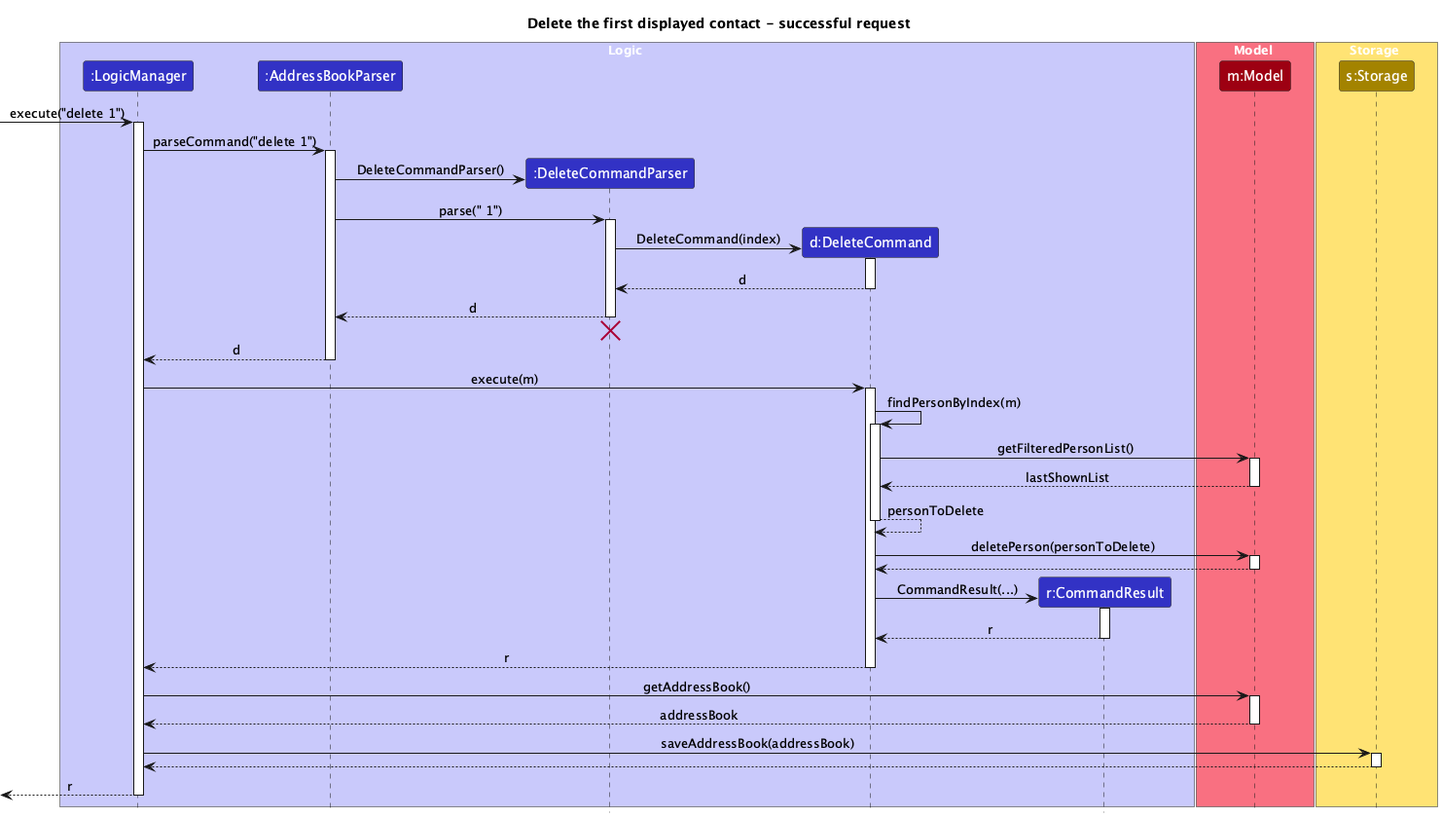
Earlier version of the PlantUML export docs/images/DeleteSequenceDiagram.png (AY2627S1-CS2103T-W11-2/tp).
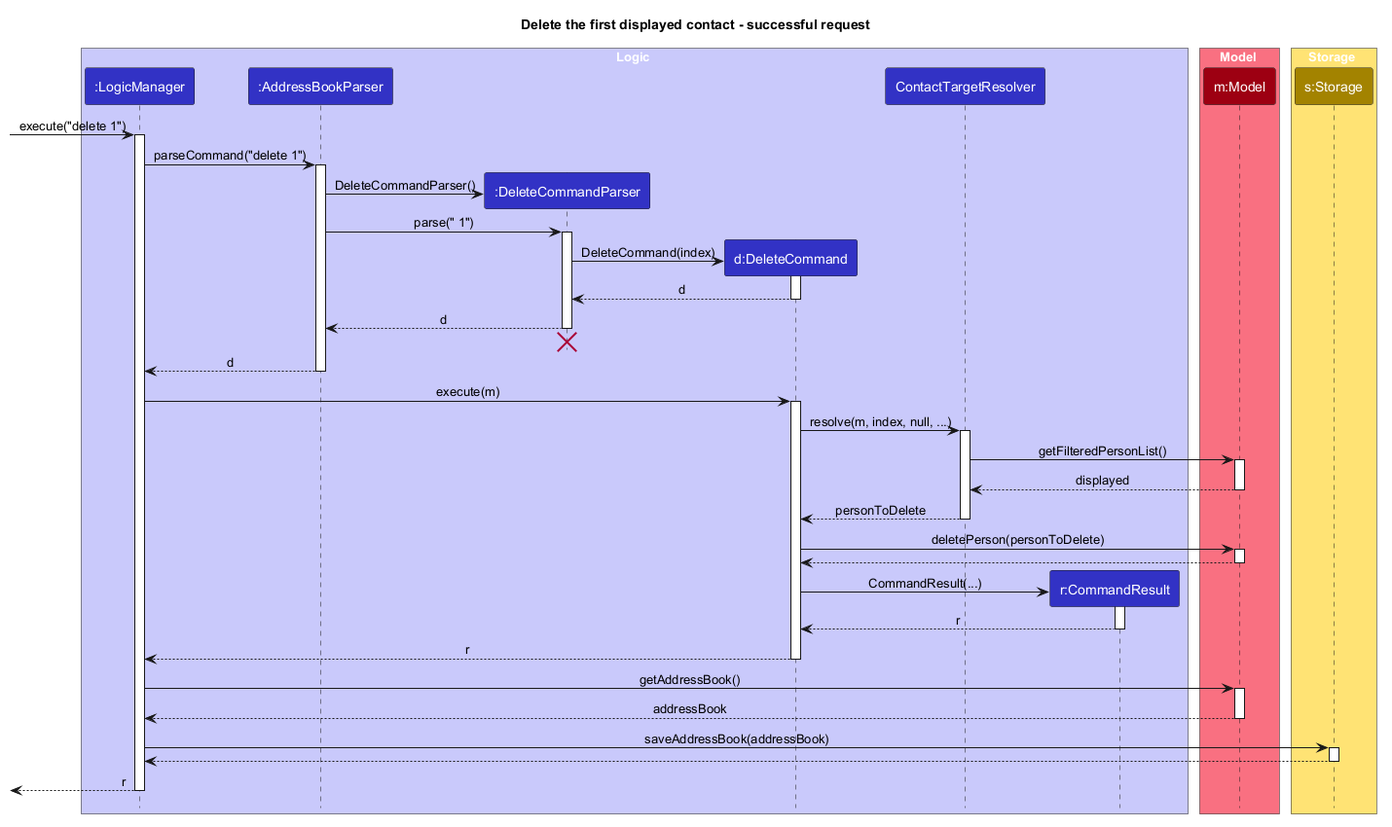
After the commit.

Commit message:
Sync target resolution diagrams and privacy regression guidance

Change to the diagram source:
```diff
@@ -8,6 +8,7 @@
 participant ":AddressBookParser" as AddressBookParser LOGIC_COLOR
 participant ":DeleteCommandParser" as DeleteCommandParser LOGIC_COLOR
 participant "d:DeleteCommand" as DeleteCommand LOGIC_COLOR
+participant "ContactTargetResolver" as TargetResolver LOGIC_COLOR
 participant "r:CommandResult" as CommandResult LOGIC_COLOR
 end box
 
@@ -48,16 +49,14 @@
 LogicManager -> DeleteCommand : execute(m)
 activate DeleteCommand
 
-DeleteCommand -> DeleteCommand : findPersonByIndex(m)
-activate DeleteCommand
-
-DeleteCommand -> Model : getFilteredPersonList()
+DeleteCommand -> TargetResolver : resolve(m, index, null, ...)
+activate TargetResolver
+TargetResolver -> Model : getFilteredPersonList()
 activate Model
-Model --> DeleteCommand : lastShownList
+Model --> TargetResolver : displayed
 deactivate Model
-
-DeleteCommand --> DeleteCommand : personToDelete
-deactivate DeleteCommand
+TargetResolver --> DeleteCommand : personToDelete
+deactivate TargetResolver
 
 DeleteCommand -> Model : deletePerson(personToDelete)
 activate Model
```
